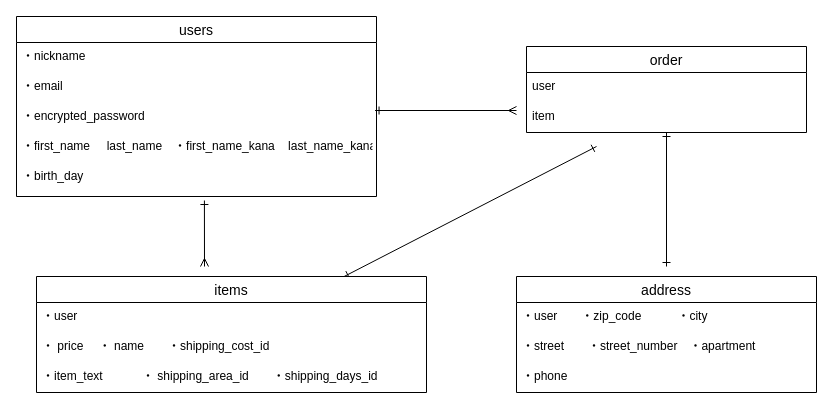
Above: test.dio in megumi04/furima-37659 (draw.io), before the change. Source tidied: cells renumbered, new cells numbered last; positions are measured from the earlier drawing's top-left corner, leaving out a move shared by most shapes. Both pictures are drawn from the tidied source at 100%, with x=0, y=0 at pixel (16, 16).
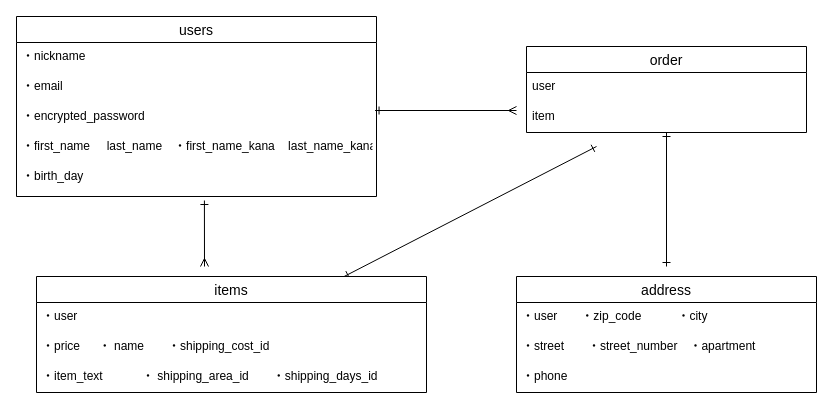
The same diagram, later.

The change refers to these unchanged cells:
```xml
<mxCell id="7" value="items" style="swimlane;fontStyle=0;horizontal=1;startSize=26;align=center;fontSize=14;" parent="1" vertex="1">
  <mxGeometry x="20" y="260" width="390" height="116" as="geometry" />
</mxCell>
```

What changed in the source:
```diff
@@
-    <mxCell id="9" value="・ price　 ・ name　　・shipping_cost_id" style="text;strokeColor=none;fillColor=none;spacingLeft=4;spacingRight=4;overflow=hidden;fontSize=12;" parent="7" vertex="1">
+    <mxCell id="9" value="・price 　 ・ name　　・shipping_cost_id" style="text;strokeColor=none;fillColor=none;spacingLeft=4;spacingRight=4;overflow=hidden;fontSize=12;" parent="7" vertex="1">
       <mxGeometry y="56" width="390" height="30" as="geometry" />
     </mxCell>
```
